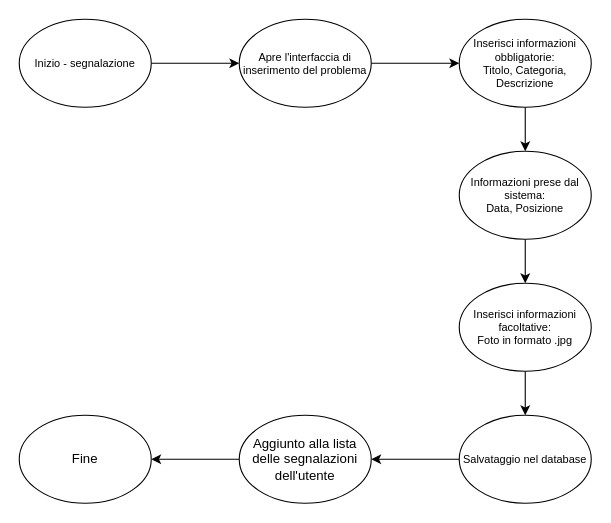
LucaBarbolini/Prova1 keeps this draw.io diagram as page "Report" (2 of 2) of UserFlow.drawio. Above is the earlier version. Source tidied: cells renumbered, new cells numbered last; positions are measured from the earlier drawing's top-left corner, leaving out a move shared by most shapes. Both pictures are drawn from the tidied source at 110%, with x=0, y=0 at pixel (19, 19).
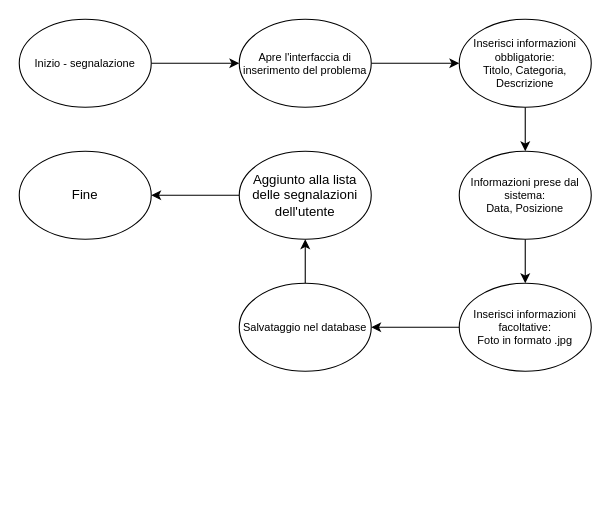
The same page after the edit.

The edit, as a diff of the source:
```diff
@@
 <mxGraphModel>
   <root>
     <mxCell id="0" />
     <mxCell id="1" parent="0" />
     <mxCell id="2" style="edgeStyle=orthogonalEdgeStyle;rounded=0;jettySize=auto;html=1;entryX=0;entryY=0.5;entryDx=0;entryDy=0;" parent="1" edge="1" source="3" target="5">
       <mxGeometry relative="1" as="geometry" />
     </mxCell>
     <mxCell id="3" value="Inizio - segnalazione" style="ellipse;whiteSpace=wrap;html=1;fontSize=10;" parent="1" vertex="1">
       <mxGeometry width="120" height="80" as="geometry" />
     </mxCell>
     <mxCell id="4" style="edgeStyle=orthogonalEdgeStyle;rounded=0;jettySize=auto;html=1;entryX=0;entryY=0.5;entryDx=0;entryDy=0;" parent="1" edge="1" source="5" target="7">
       <mxGeometry relative="1" as="geometry" />
     </mxCell>
     <mxCell id="5" value="Apre l'interfaccia di inserimento del problema" style="ellipse;whiteSpace=wrap;html=1;fontSize=10;" parent="1" vertex="1">
       <mxGeometry x="200" width="120" height="80" as="geometry" />
     </mxCell>
     <mxCell id="6" style="edgeStyle=orthogonalEdgeStyle;rounded=0;jettySize=auto;html=1;entryX=0.5;entryY=0;entryDx=0;entryDy=0;" parent="1" edge="1" source="7" target="13">
       <mxGeometry relative="1" as="geometry" />
     </mxCell>
     <mxCell id="7" value="Inserisci informazioni obbligatorie:&lt;div&gt;Titolo, Categoria, Descrizione&lt;/div&gt;" style="ellipse;whiteSpace=wrap;html=1;fontSize=10;" parent="1" vertex="1">
       <mxGeometry x="400" width="120" height="80" as="geometry" />
     </mxCell>
-    <mxCell id="8" style="edgeStyle=orthogonalEdgeStyle;rounded=0;jettySize=auto;html=1;entryX=0.5;entryY=0;entryDx=0;entryDy=0;" parent="1" edge="1" source="9" target="15">
+    <mxCell id="8" style="edgeStyle=orthogonalEdgeStyle;rounded=0;jettySize=auto;html=1;exitX=0;exitY=0.5;exitDx=0;exitDy=0;" parent="1" edge="1" source="9" target="15">
       <mxGeometry relative="1" as="geometry" />
     </mxCell>
     <mxCell id="9" value="Inserisci informazioni facoltative:&lt;div&gt;Foto in formato .jpg&lt;/div&gt;" style="ellipse;whiteSpace=wrap;html=1;fontSize=10;" parent="1" vertex="1">
       <mxGeometry x="400" y="240" width="120" height="80" as="geometry" />
     </mxCell>
     <mxCell id="10" style="edgeStyle=orthogonalEdgeStyle;rounded=0;jettySize=auto;html=1;entryX=1;entryY=0.5;entryDx=0;entryDy=0;" parent="1" edge="1" source="11" target="16">
       <mxGeometry relative="1" as="geometry" />
     </mxCell>
     <mxCell id="11" value="Aggiunto alla lista delle segnalazioni dell'utente" style="ellipse;whiteSpace=wrap;html=1;" parent="1" vertex="1">
-      <mxGeometry x="200" y="360" width="120" height="80" as="geometry" />
+      <mxGeometry x="200" y="120" width="120" height="80" as="geometry" />
     </mxCell>
     <mxCell id="12" style="edgeStyle=orthogonalEdgeStyle;rounded=0;jettySize=auto;html=1;entryX=0.5;entryY=0;entryDx=0;entryDy=0;" parent="1" edge="1" source="13" target="9">
       <mxGeometry relative="1" as="geometry" />
     </mxCell>
     <mxCell id="13" value="Informazioni prese dal sistema:&lt;div&gt;Data, Posizione&lt;/div&gt;" style="ellipse;whiteSpace=wrap;html=1;fontSize=10;" parent="1" vertex="1">
       <mxGeometry x="400" y="120" width="120" height="80" as="geometry" />
     </mxCell>
-    <mxCell id="14" style="edgeStyle=orthogonalEdgeStyle;rounded=0;jettySize=auto;html=1;entryX=1;entryY=0.5;entryDx=0;entryDy=0;" parent="1" edge="1" source="15" target="11">
+    <mxCell id="14" style="edgeStyle=orthogonalEdgeStyle;rounded=0;jettySize=auto;html=1;entryX=0.5;entryY=1;entryDx=0;entryDy=0;" parent="1" edge="1" source="15" target="11">
       <mxGeometry relative="1" as="geometry" />
     </mxCell>
     <mxCell id="15" value="Salvataggio nel database" style="ellipse;whiteSpace=wrap;html=1;fontSize=10;" parent="1" vertex="1">
-      <mxGeometry x="400" y="360" width="120" height="80" as="geometry" />
+      <mxGeometry x="200" y="240" width="120" height="80" as="geometry" />
     </mxCell>
     <mxCell id="16" value="Fine" style="ellipse;whiteSpace=wrap;html=1;" parent="1" vertex="1">
-      <mxGeometry y="360" width="120" height="80" as="geometry" />
+      <mxGeometry y="120" width="120" height="80" as="geometry" />
     </mxCell>
   </root>
 </mxGraphModel>
```
